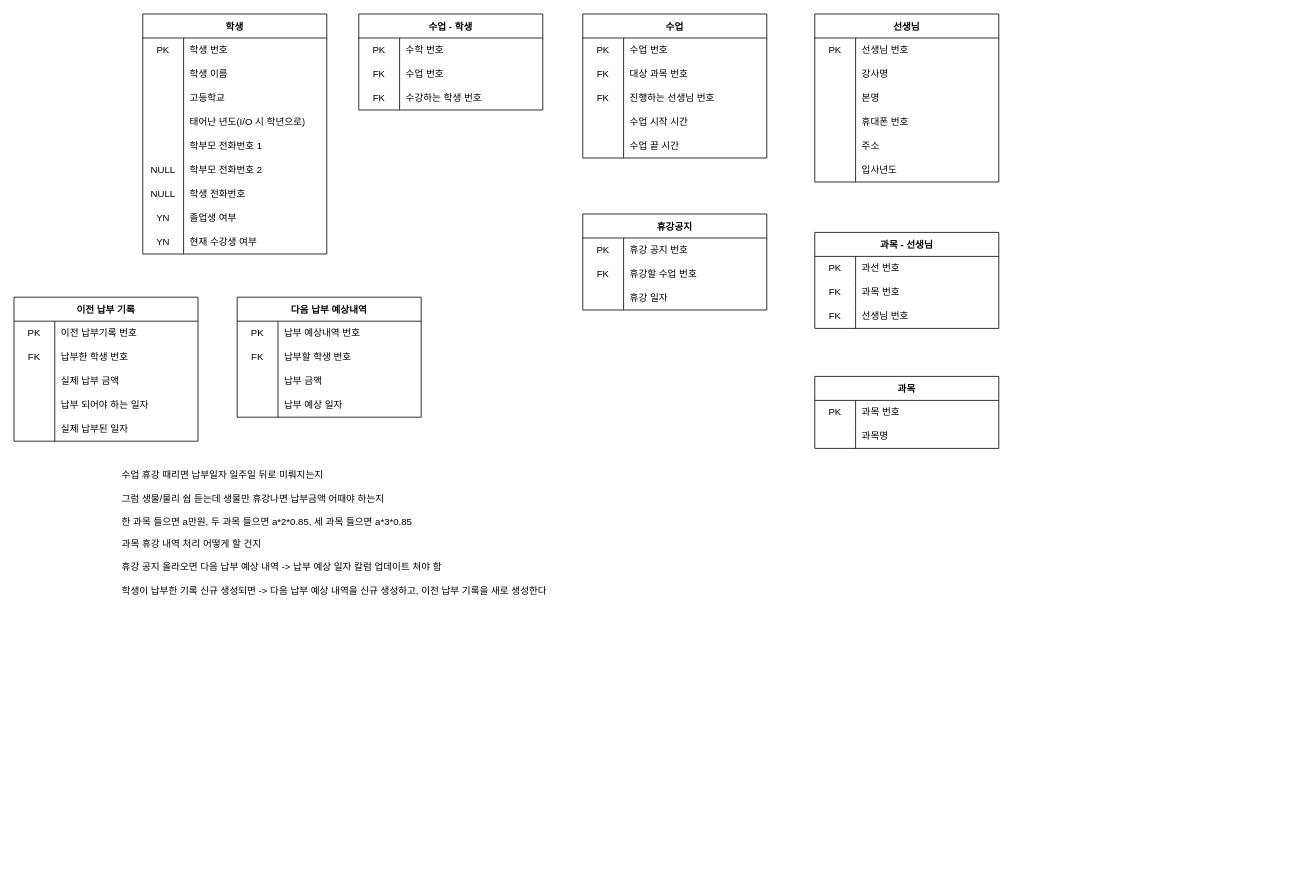
Above: 제목 없는 다이어그램.drawio in isemang/TIL (draw.io), before the change. Source tidied: cells renumbered, new cells numbered last; positions are measured from the earlier drawing's top-left corner, leaving out a move shared by most shapes. Both pictures are drawn from the tidied source at 80%, with x=0, y=0 at pixel (14, 14).
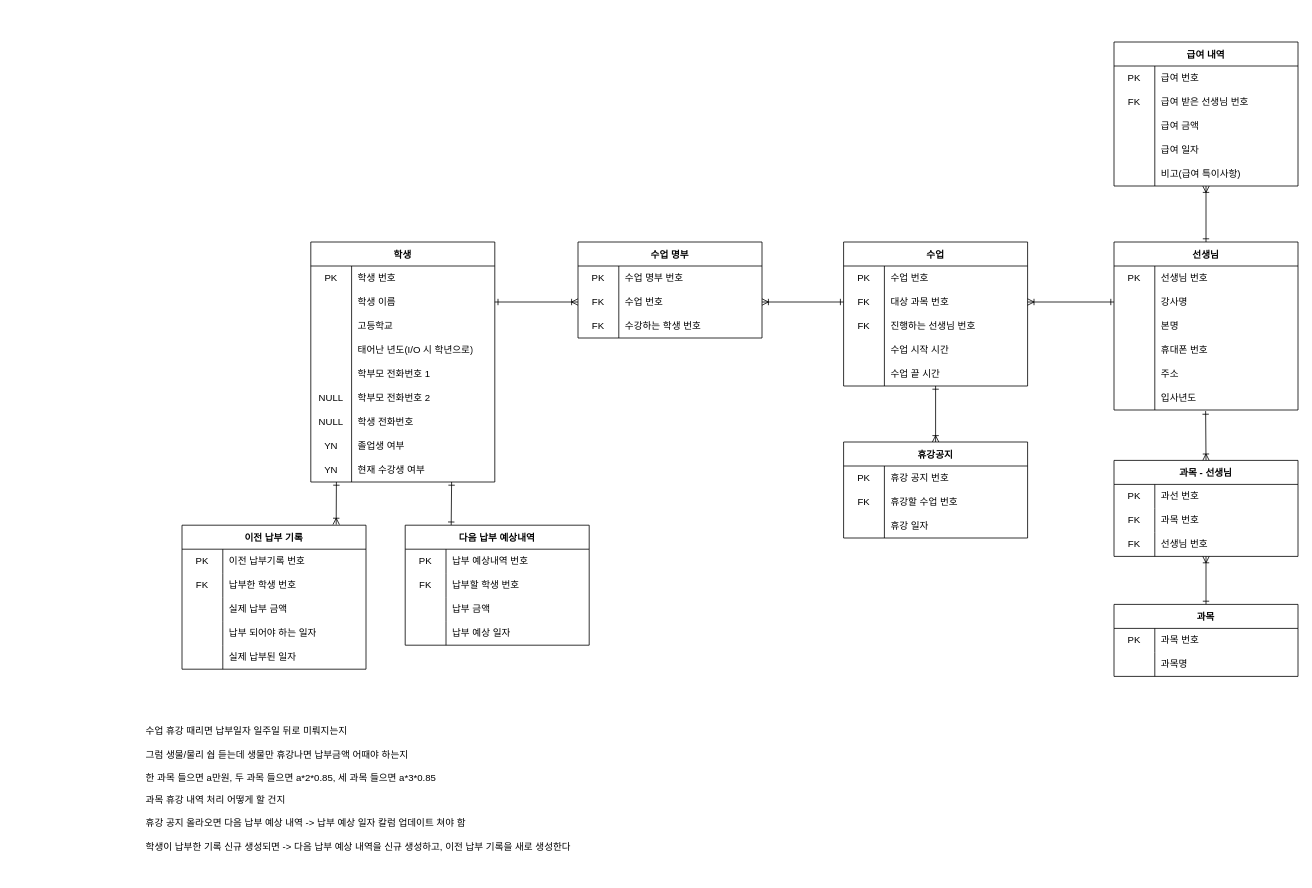
After the change.

Commit message (it also covers changes not shown here):
제목 없는 다이어그램.drawio 업데이트

The change refers to these unchanged cells:
```xml
<mxCell id="6" style="shape=tableRow;horizontal=0;startSize=0;swimlaneHead=0;swimlaneBody=0;top=0;left=0;bottom=0;right=0;fillColor=none;points=[[0,0.5],[1,0.5]];portConstraint=eastwest;" parent="2" vertex="1">
  <mxGeometry y="60" width="230" height="30" as="geometry" />
</mxCell>
<mxCell id="34" style="shape=tableRow;horizontal=0;startSize=0;swimlaneHead=0;swimlaneBody=0;top=0;left=0;bottom=0;right=0;fillColor=none;points=[[0,0.5],[1,0.5]];portConstraint=eastwest;" parent="30" vertex="1">
  <mxGeometry y="60" width="230" height="30" as="geometry" />
</mxCell>
<mxCell id="46" style="shape=tableRow;horizontal=0;startSize=0;swimlaneHead=0;swimlaneBody=0;top=0;left=0;bottom=0;right=0;fillColor=none;points=[[0,0.5],[1,0.5]];portConstraint=eastwest;" parent="30" vertex="1">
  <mxGeometry y="180" width="230" height="30" as="geometry" />
</mxCell>
<mxCell id="63" style="shape=tableRow;horizontal=0;startSize=0;swimlaneHead=0;swimlaneBody=0;top=0;left=0;bottom=0;right=0;fillColor=none;points=[[0,0.5],[1,0.5]];portConstraint=eastwest;" parent="56" vertex="1">
  <mxGeometry y="90" width="230" height="30" as="geometry" />
</mxCell>
<mxCell id="70" style="shape=tableRow;horizontal=0;startSize=0;swimlaneHead=0;swimlaneBody=0;top=0;left=0;bottom=0;right=0;fillColor=none;points=[[0,0.5],[1,0.5]];portConstraint=eastwest;" parent="66" vertex="1">
  <mxGeometry y="60" width="230" height="30" as="geometry" />
</mxCell>
<mxCell id="79" style="shape=tableRow;horizontal=0;startSize=0;swimlaneHead=0;swimlaneBody=0;top=0;left=0;bottom=0;right=0;fillColor=none;points=[[0,0.5],[1,0.5]];portConstraint=eastwest;" parent="66" vertex="1">
  <mxGeometry y="150" width="230" height="30" as="geometry" />
</mxCell>
<mxCell id="83" style="shape=tableRow;horizontal=0;startSize=0;swimlaneHead=0;swimlaneBody=0;top=0;left=0;bottom=0;right=0;fillColor=none;" parent="82" vertex="1">
  <mxGeometry y="30" width="230" height="30" as="geometry" />
</mxCell>
<mxCell id="86" style="shape=tableRow;horizontal=0;startSize=0;swimlaneHead=0;swimlaneBody=0;top=0;left=0;bottom=0;right=0;fillColor=none;points=[[0,0.5],[1,0.5]];portConstraint=eastwest;" parent="82" vertex="1">
  <mxGeometry y="60" width="230" height="30" as="geometry" />
</mxCell>
```

The edit, as a diff of the source:
```diff
@@
     <mxCell id="2" value="학생" style="shape=table;startSize=30;childLayout=tableLayout;rowLines=0;fontStyle=1;" parent="1" vertex="1">
-      <mxGeometry x="161" width="230" height="300" as="geometry" />
+      <mxGeometry x="371" y="285" width="230" height="300" as="geometry" />
     </mxCell>
@@
+    <mxCell id="132" style="edgeStyle=none;rounded=0;jettySize=auto;html=1;exitX=0.5;exitY=0;exitDx=0;exitDy=0;fontSize=13;startArrow=ERone;startFill=0;endArrow=ERoneToMany;endFill=0;" parent="1" edge="1" source="30" target="154">
+      <mxGeometry relative="1" as="geometry" />
+    </mxCell>
     <mxCell id="30" value="선생님" style="shape=table;startSize=30;childLayout=tableLayout;rowLines=0;fontStyle=1;" parent="1" vertex="1">
-      <mxGeometry x="1001" width="230" height="210" as="geometry" />
+      <mxGeometry x="1375" y="285" width="230" height="210" as="geometry" />
     </mxCell>
@@
+    <mxCell id="133" style="edgeStyle=none;rounded=0;jettySize=auto;html=1;exitX=0.5;exitY=0;exitDx=0;exitDy=0;fontSize=13;startArrow=ERone;startFill=0;endArrow=ERoneToMany;endFill=0;" parent="1" edge="1" source="49" target="63">
+      <mxGeometry relative="1" as="geometry" />
+    </mxCell>
     <mxCell id="49" value="과목" style="shape=table;startSize=30;childLayout=tableLayout;rowLines=0;fontStyle=1;" parent="1" vertex="1">
-      <mxGeometry x="1001" y="453" width="230" height="90" as="geometry" />
+      <mxGeometry x="1375" y="738" width="230" height="90" as="geometry" />
     </mxCell>
@@
+    <mxCell id="134" style="edgeStyle=none;rounded=0;jettySize=auto;html=1;exitX=0.5;exitY=0;exitDx=0;exitDy=0;entryX=0.498;entryY=1.043;entryDx=0;entryDy=0;entryPerimeter=0;fontSize=13;startArrow=ERoneToMany;startFill=0;endArrow=ERone;endFill=0;" parent="1" edge="1" source="56" target="46">
+      <mxGeometry relative="1" as="geometry" />
+    </mxCell>
     <mxCell id="56" value="과목 - 선생님" style="shape=table;startSize=30;childLayout=tableLayout;rowLines=0;fontStyle=1;" parent="1" vertex="1">
-      <mxGeometry x="1001" y="273" width="230" height="120" as="geometry" />
+      <mxGeometry x="1375" y="558" width="230" height="120" as="geometry" />
     </mxCell>
@@
     <mxCell id="66" value="수업" style="shape=table;startSize=30;childLayout=tableLayout;rowLines=0;fontStyle=1;" parent="1" vertex="1">
-      <mxGeometry x="711" width="230" height="180" as="geometry" />
+      <mxGeometry x="1037" y="285" width="230" height="180" as="geometry" />
     </mxCell>
@@
-    <mxCell id="82" value="수업 - 학생" style="shape=table;startSize=30;childLayout=tableLayout;rowLines=0;fontStyle=1;" parent="1" vertex="1">
-      <mxGeometry x="431" width="230" height="120" as="geometry" />
+    <mxCell id="82" value="수업 명부" style="shape=table;startSize=30;childLayout=tableLayout;rowLines=0;fontStyle=1;" parent="1" vertex="1">
+      <mxGeometry x="705" y="285" width="230" height="120" as="geometry" />
     </mxCell>
@@
-    <mxCell id="85" value="수학 번호" style="shape=partialRectangle;html=1;whiteSpace=wrap;fillColor=none;top=0;left=0;bottom=0;right=0;align=left;spacingLeft=6;overflow=hidden;" parent="83" vertex="1">
+    <mxCell id="85" value="수업 명부 번호" style="shape=partialRectangle;html=1;whiteSpace=wrap;fillColor=none;top=0;left=0;bottom=0;right=0;align=left;spacingLeft=6;overflow=hidden;" parent="83" vertex="1">
       <mxGeometry x="51" width="179" height="30" as="geometry" />
     </mxCell>
@@
     <mxCell id="92" value="이전 납부 기록" style="shape=table;startSize=30;childLayout=tableLayout;rowLines=0;fontStyle=1;" parent="1" vertex="1">
-      <mxGeometry y="354" width="230" height="180" as="geometry" />
+      <mxGeometry x="210" y="639" width="230" height="180" as="geometry" />
     </mxCell>
@@
     <mxCell id="108" value="수업 휴강 때리면 납부일자 일주일 뒤로 미뤄지는지&lt;br&gt;&lt;br&gt;그럼 생물/물리 쉅 듣는데 생물만 휴강나면 납부금액 어때야 하는지&lt;br&gt;&lt;br&gt;한 과목 들으면 a만원, 두 과목 들으면 a*2*0.85, 세 과목 들으면 a*3*0.85&lt;br&gt;&lt;br&gt;과목 휴강 내역 처리 어떻게 할 건지&lt;br&gt;&lt;br&gt;휴강 공지 올라오면 다음 납부 예상 내역 -&amp;gt; 납부 예상 일자 칼럼 업데이트 쳐야 함&lt;br&gt;&lt;br&gt;학생이 납부한 기록 신규 생성되면 -&amp;gt; 다음 납부 예상 내역을 신규 생성하고, 이전 납부 기록을 새로 생성한다" style="text;html=1;strokeColor=none;fillColor=none;spacing=5;spacingTop=-20;whiteSpace=wrap;overflow=hidden;rounded=0;" parent="1" vertex="1">
-      <mxGeometry x="130" y="580" width="660" height="175" as="geometry" />
+      <mxGeometry x="160" y="900" width="660" height="175" as="geometry" />
     </mxCell>
+    <mxCell id="135" style="edgeStyle=none;rounded=0;jettySize=auto;html=1;exitX=0.5;exitY=0;exitDx=0;exitDy=0;fontSize=13;startArrow=ERoneToMany;startFill=0;endArrow=ERone;endFill=0;" parent="1" edge="1" source="109" target="79">
+      <mxGeometry relative="1" as="geometry" />
+    </mxCell>
     <mxCell id="109" value="휴강공지" style="shape=table;startSize=30;childLayout=tableLayout;rowLines=0;fontStyle=1;" parent="1" vertex="1">
-      <mxGeometry x="711" y="250" width="230" height="120" as="geometry" />
+      <mxGeometry x="1037" y="535" width="230" height="120" as="geometry" />
     </mxCell>
@@
+    <mxCell id="136" style="edgeStyle=none;rounded=0;jettySize=auto;html=1;fontSize=13;startArrow=ERone;startFill=0;endArrow=ERone;endFill=0;exitX=0.25;exitY=0;exitDx=0;exitDy=0;" parent="1" edge="1" source="119">
+      <mxGeometry relative="1" as="geometry">
+        <mxPoint x="547" y="585" as="targetPoint" />
+      </mxGeometry>
+    </mxCell>
     <mxCell id="119" value="다음 납부 예상내역" style="shape=table;startSize=30;childLayout=tableLayout;rowLines=0;fontStyle=1;" parent="1" vertex="1">
-      <mxGeometry x="279" y="354" width="230" height="150" as="geometry" />
+      <mxGeometry x="489" y="639" width="230" height="150" as="geometry" />
     </mxCell>
@@
+    <mxCell id="137" style="rounded=0;jettySize=auto;html=1;fontSize=13;startArrow=ERone;startFill=0;endArrow=ERoneToMany;endFill=0;entryX=0.838;entryY=-0.004;entryDx=0;entryDy=0;entryPerimeter=0;" parent="1" edge="1" target="92">
+      <mxGeometry relative="1" as="geometry">
+        <mxPoint x="403" y="585" as="sourcePoint" />
+      </mxGeometry>
+    </mxCell>
+    <mxCell id="138" style="edgeStyle=none;rounded=0;jettySize=auto;html=1;exitX=1;exitY=0.5;exitDx=0;exitDy=0;entryX=0;entryY=0.5;entryDx=0;entryDy=0;fontSize=13;startArrow=ERone;startFill=0;endArrow=ERoneToMany;endFill=0;" parent="1" edge="1" source="6" target="86">
+      <mxGeometry relative="1" as="geometry" />
+    </mxCell>
+    <mxCell id="139" style="edgeStyle=none;rounded=0;jettySize=auto;html=1;exitX=0;exitY=0.5;exitDx=0;exitDy=0;entryX=1;entryY=0.5;entryDx=0;entryDy=0;fontSize=13;startArrow=ERone;startFill=0;endArrow=ERoneToMany;endFill=0;" parent="1" edge="1" source="70" target="86">
+      <mxGeometry relative="1" as="geometry" />
+    </mxCell>
+    <mxCell id="140" style="edgeStyle=none;rounded=0;jettySize=auto;html=1;exitX=0;exitY=0.5;exitDx=0;exitDy=0;entryX=1;entryY=0.5;entryDx=0;entryDy=0;fontSize=13;startArrow=ERone;startFill=0;endArrow=ERoneToMany;endFill=0;" parent="1" edge="1" source="34" target="70">
+      <mxGeometry relative="1" as="geometry" />
+    </mxCell>
+    <mxCell id="141" value="급여 내역" style="shape=table;startSize=30;childLayout=tableLayout;rowLines=0;fontStyle=1;" parent="1" vertex="1">
+      <mxGeometry x="1375" y="35" width="230" height="180" as="geometry" />
+    </mxCell>
+    <mxCell id="142" style="shape=tableRow;horizontal=0;startSize=0;swimlaneHead=0;swimlaneBody=0;top=0;left=0;bottom=0;right=0;fillColor=none;" parent="141" vertex="1">
+      <mxGeometry y="30" width="230" height="30" as="geometry" />
+    </mxCell>
+    <mxCell id="143" value="PK" style="shape=partialRectangle;html=1;whiteSpace=wrap;fillColor=none;top=0;left=0;bottom=0;right=0;overflow=hidden;" parent="142" vertex="1">
+      <mxGeometry width="51" height="30" as="geometry" />
+    </mxCell>
+    <mxCell id="144" value="급여 번호" style="shape=partialRectangle;html=1;whiteSpace=wrap;fillColor=none;top=0;left=0;bottom=0;right=0;align=left;spacingLeft=6;overflow=hidden;" parent="142" vertex="1">
+      <mxGeometry x="51" width="179" height="30" as="geometry" />
+    </mxCell>
+    <mxCell id="145" style="shape=tableRow;horizontal=0;startSize=0;swimlaneHead=0;swimlaneBody=0;top=0;left=0;bottom=0;right=0;fillColor=none;" parent="141" vertex="1">
+      <mxGeometry y="60" width="230" height="30" as="geometry" />
+    </mxCell>
+    <mxCell id="146" value="FK" style="shape=partialRectangle;html=1;whiteSpace=wrap;fillColor=none;top=0;left=0;bottom=0;right=0;overflow=hidden;" parent="145" vertex="1">
+      <mxGeometry width="51" height="30" as="geometry" />
+    </mxCell>
+    <mxCell id="147" value="급여 받은 선생님 번호" style="shape=partialRectangle;html=1;whiteSpace=wrap;fillColor=none;top=0;left=0;bottom=0;right=0;align=left;spacingLeft=6;overflow=hidden;" parent="145" vertex="1">
+      <mxGeometry x="51" width="179" height="30" as="geometry" />
+    </mxCell>
+    <mxCell id="148" style="shape=tableRow;horizontal=0;startSize=0;swimlaneHead=0;swimlaneBody=0;top=0;left=0;bottom=0;right=0;fillColor=none;" parent="141" vertex="1">
+      <mxGeometry y="90" width="230" height="30" as="geometry" />
+    </mxCell>
+    <mxCell id="149" style="shape=partialRectangle;html=1;whiteSpace=wrap;fillColor=none;top=0;left=0;bottom=0;right=0;overflow=hidden;" parent="148" vertex="1">
+      <mxGeometry width="51" height="30" as="geometry" />
+    </mxCell>
+    <mxCell id="150" value="급여 금액" style="shape=partialRectangle;html=1;whiteSpace=wrap;fillColor=none;top=0;left=0;bottom=0;right=0;align=left;spacingLeft=6;overflow=hidden;" parent="148" vertex="1">
+      <mxGeometry x="51" width="179" height="30" as="geometry" />
+    </mxCell>
+    <mxCell id="151" style="shape=tableRow;horizontal=0;startSize=0;swimlaneHead=0;swimlaneBody=0;top=0;left=0;bottom=0;right=0;fillColor=none;" parent="141" vertex="1">
+      <mxGeometry y="120" width="230" height="30" as="geometry" />
+    </mxCell>
+    <mxCell id="152" style="shape=partialRectangle;html=1;whiteSpace=wrap;fillColor=none;top=0;left=0;bottom=0;right=0;overflow=hidden;" parent="151" vertex="1">
+      <mxGeometry width="51" height="30" as="geometry" />
+    </mxCell>
+    <mxCell id="153" value="급여 일자" style="shape=partialRectangle;html=1;whiteSpace=wrap;fillColor=none;top=0;left=0;bottom=0;right=0;align=left;spacingLeft=6;overflow=hidden;" parent="151" vertex="1">
+      <mxGeometry x="51" width="179" height="30" as="geometry" />
+    </mxCell>
+    <mxCell id="154" style="shape=tableRow;horizontal=0;startSize=0;swimlaneHead=0;swimlaneBody=0;top=0;left=0;bottom=0;right=0;fillColor=none;points=[[0,0.5],[1,0.5]];portConstraint=eastwest;" parent="141" vertex="1">
+      <mxGeometry y="150" width="230" height="30" as="geometry" />
+    </mxCell>
+    <mxCell id="155" style="shape=partialRectangle;html=1;whiteSpace=wrap;fillColor=none;top=0;left=0;bottom=0;right=0;overflow=hidden;" parent="154" vertex="1">
+      <mxGeometry width="51" height="30" as="geometry" />
+    </mxCell>
+    <mxCell id="156" value="비고(급여 특이사항)" style="shape=partialRectangle;html=1;whiteSpace=wrap;fillColor=none;top=0;left=0;bottom=0;right=0;align=left;spacingLeft=6;overflow=hidden;" parent="154" vertex="1">
+      <mxGeometry x="51" width="179" height="30" as="geometry" />
+    </mxCell>
```
